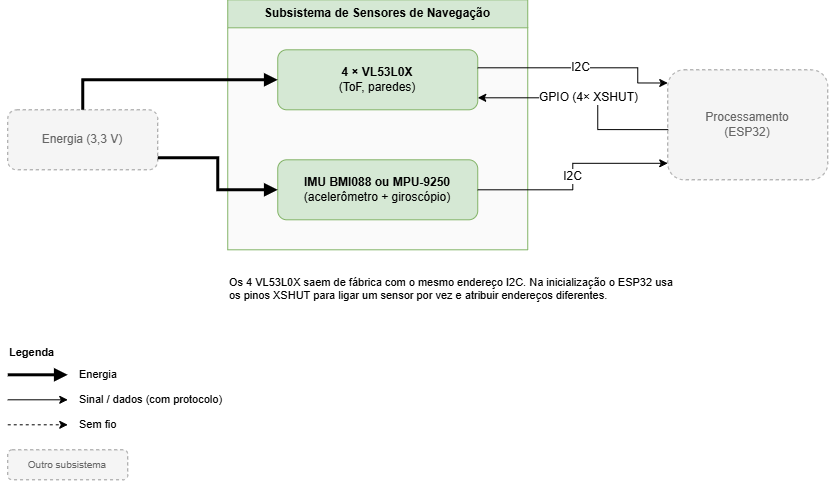
fcte-pi1/2026.2_PI1_Grupo2_Hilmer keeps this draw.io diagram as hw/Placa de Integração/Diagrama de blocos/Diagrama de blocos-Sensores de Navegação.drawio.png. Above is the earlier version. Source tidied: cells renumbered, new cells last; positions are measured from the earlier drawing's top-left corner, leaving out a move shared by most shapes.
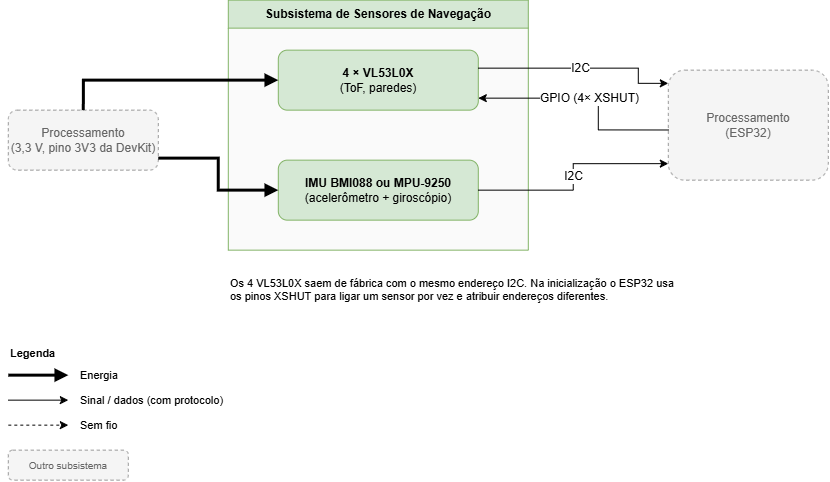
After the commit.

Commit message:
[Hardware] Documenta diagrama de blocos e atualiza alimentação

Change to the diagram source:
```diff
@@ -11,7 +11,7 @@
     <mxCell id="4" value="&lt;b&gt;IMU BMI088 ou MPU-9250&lt;/b&gt;&lt;br&gt;(acelerômetro + giroscópio)" style="rounded=1;whiteSpace=wrap;html=1;fillColor=#d5e8d4;strokeColor=#82b366;" parent="2" vertex="1">
       <mxGeometry x="50" y="160" width="200" height="60" as="geometry" />
     </mxCell>
-    <mxCell id="5" value="Energia (3,3 V)" style="rounded=1;whiteSpace=wrap;html=1;fillColor=#f5f5f5;strokeColor=#999999;dashed=1;fontColor=#666666;" parent="1" vertex="1">
+    <mxCell id="5" value="Processamento&lt;br&gt;(3,3 V, pino 3V3 da DevKit)" style="rounded=1;whiteSpace=wrap;html=1;fillColor=#f5f5f5;strokeColor=#999999;dashed=1;fontColor=#666666;" parent="1" vertex="1">
       <mxGeometry y="110" width="150" height="60" as="geometry" />
     </mxCell>
     <mxCell id="6" value="Processamento&lt;br&gt;(ESP32)" style="rounded=1;whiteSpace=wrap;html=1;fillColor=#f5f5f5;strokeColor=#999999;dashed=1;fontColor=#666666;" parent="1" vertex="1">
```
